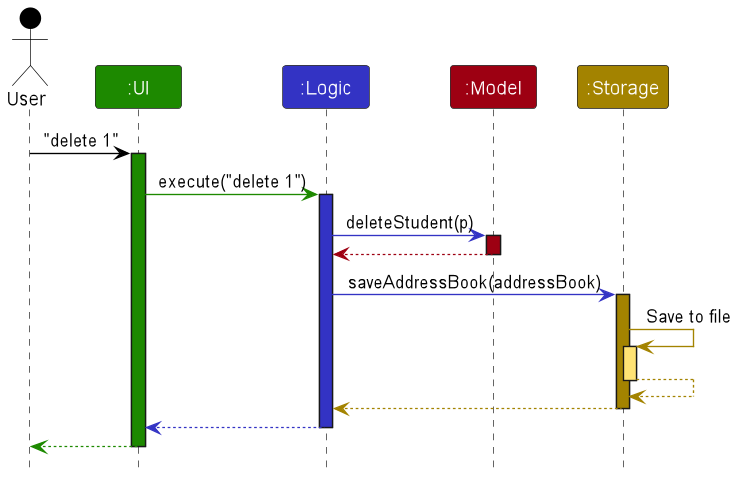
Above: docs/images/ArchitectureSequenceDiagram.png in nus-cs2103-AY2223S1/tp (PlantUML), before the change.
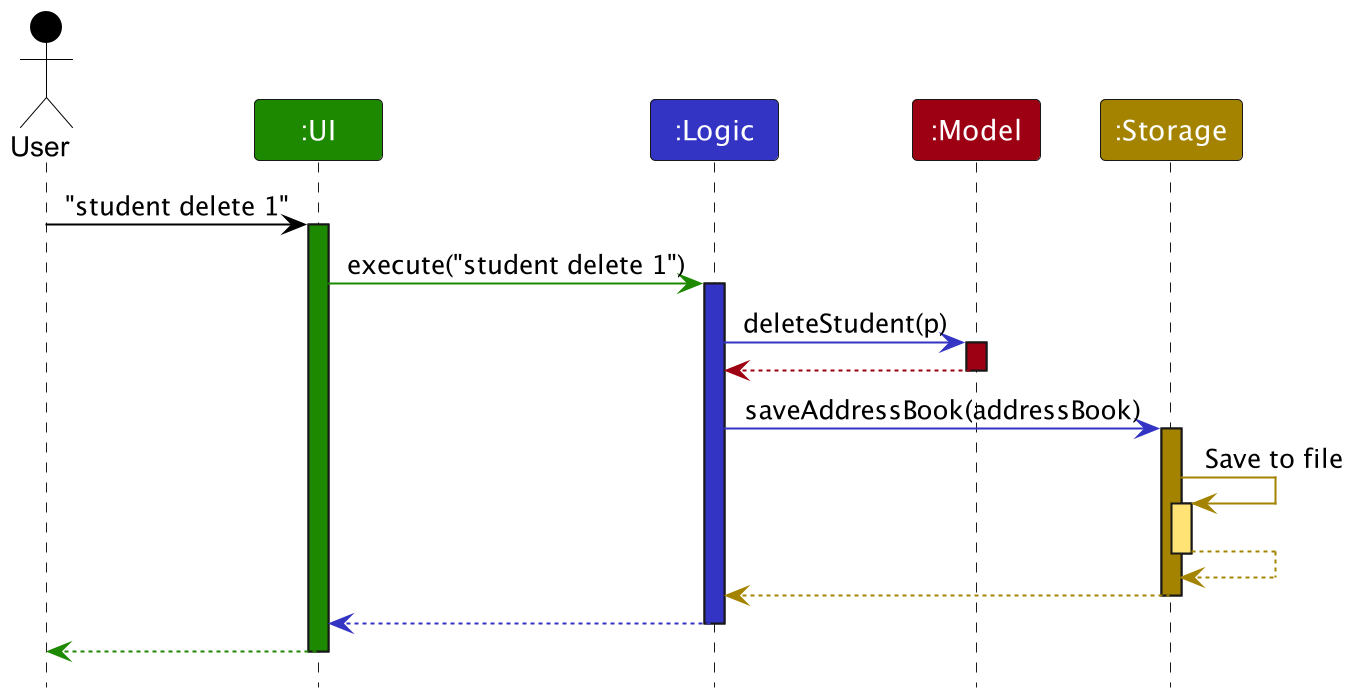
The same diagram one commit later.

Diff of the diagram source:
```diff
@@ -1,5 +1,4 @@
 @startuml
-scale 1.35
 !include style.puml
 
 Actor User as user USER_COLOR
@@ -8,10 +7,10 @@
 Participant ":Model" as model MODEL_COLOR
 Participant ":Storage" as storage STORAGE_COLOR
 
-user -[USER_COLOR]> ui : "delete 1"
+user -[USER_COLOR]> ui : "student delete 1"
 activate ui UI_COLOR
 
-ui -[UI_COLOR]> logic : execute("delete 1")
+ui -[UI_COLOR]> logic : execute("student delete 1")
 activate logic LOGIC_COLOR
 
 logic -[LOGIC_COLOR]> model : deleteStudent(p)
```
